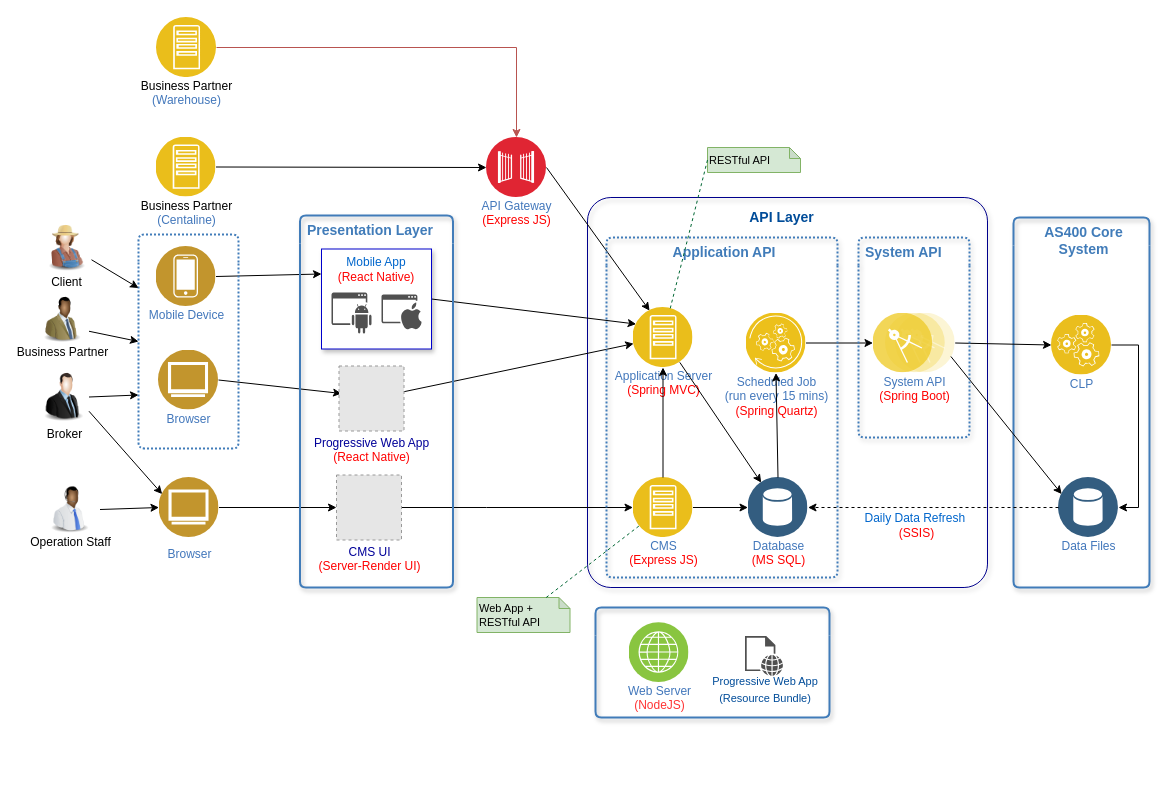
This is page "Logical Component" (1 of 2) of Bravo_Architecture (8).drawio from whalebig27/change-request-process-diagram, a draw.io file, before an edit. Source tidied: cells renumbered, new cells numbered last; positions are measured from the earlier drawing's top-left corner, leaving out a move shared by most shapes. Both pictures are drawn from the tidied source at 100%, with x=0, y=0 at pixel (36, 17). Pictures stored in the file or linked from it are replaced by grey dashed boxes.
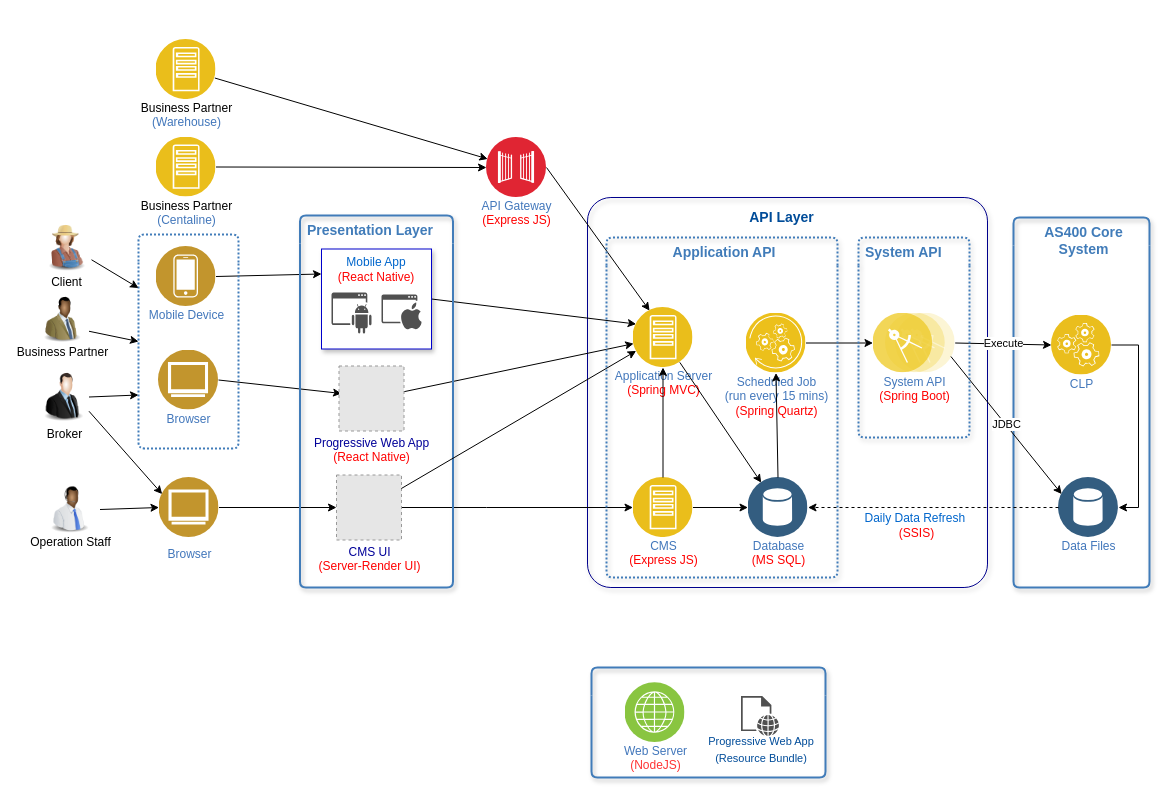
The same diagram, later.

Unchanged cells that the change refers to:
```xml
<mxCell id="5" value="API Gateway&lt;br&gt;&lt;font color=&quot;#ff0000&quot;&gt;(Express JS)&lt;/font&gt;&lt;br&gt;" style="perimeter=ellipsePerimeter;html=1;align=center;shadow=0;dashed=0;fontColor=#4277BB;labelBackgroundColor=#ffffff;fontSize=12;spacingTop=-5;image;image=img/lib/ibm/security/gateway.svg;" parent="1" vertex="1">
  <mxGeometry x="450" y="120" width="60" height="60" as="geometry" />
</mxCell>
<mxCell id="25" value="&lt;div style=&quot;text-align: center ; font-size: 12px&quot;&gt;&lt;span&gt;&lt;font style=&quot;font-size: 12px&quot; color=&quot;#000099&quot;&gt;CMS UI&lt;/font&gt;&lt;/span&gt;&lt;/div&gt;&lt;font color=&quot;#ff0000&quot; style=&quot;font-size: 12px&quot;&gt;&lt;div style=&quot;text-align: center&quot;&gt;&lt;span&gt;(Server-Render UI)&lt;/span&gt;&lt;/div&gt;&lt;/font&gt;" style="fillColor=#E6E6E6;strokeColor=#999999;dashed=1;html=1;verticalAlign=top;verticalLabelPosition=bottom;labelBackgroundColor=#ffffff;fontSize=11;fontColor=#FF0000;align=center;spacing=0;spacingLeft=0;spacingRight=0;" parent="19" vertex="1">
  <mxGeometry x="36.5" y="259.5" width="65" height="65" as="geometry" />
</mxCell>
<mxCell id="28" value="Data Files" style="perimeter=ellipsePerimeter;html=1;align=center;shadow=0;dashed=0;fontColor=#4277BB;labelBackgroundColor=#ffffff;fontSize=12;spacingTop=-5;image;image=img/lib/ibm/data/data_services.svg;strokeColor=#0000CC;strokeWidth=1;" parent="27" vertex="1">
  <mxGeometry x="45" y="260" width="60" height="60" as="geometry" />
</mxCell>
<mxCell id="29" value="CLP" style="perimeter=ellipsePerimeter;html=1;align=center;shadow=0;dashed=0;fontColor=#4277BB;labelBackgroundColor=#ffffff;fontSize=12;spacingTop=-5;image;image=img/lib/ibm/applications/runtime_services.svg;dashPattern=1 1;strokeColor=#0000CC;strokeWidth=3;" parent="27" vertex="1">
  <mxGeometry x="38" y="97.5" width="60" height="60" as="geometry" />
</mxCell>
<mxCell id="35" value="&lt;font style=&quot;font-size: 12px&quot;&gt;Application Server&lt;br&gt;&lt;font color=&quot;#ff0000&quot;&gt;(Spring MVC)&lt;/font&gt;&lt;br&gt;&lt;/font&gt;" style="perimeter=ellipsePerimeter;html=1;align=center;shadow=0;dashed=0;fontColor=#4277BB;labelBackgroundColor=#ffffff;fontSize=12;spacingTop=-5;image;image=img/lib/ibm/applications/app_server.svg;" parent="34" vertex="1">
  <mxGeometry x="26.5" y="70" width="60" height="60" as="geometry" />
</mxCell>
<mxCell id="50" value="System API&lt;br&gt;&lt;font color=&quot;#ff0000&quot;&gt;(Spring Boot)&lt;/font&gt;&lt;br&gt;" style="perimeter=ellipsePerimeter;html=1;align=center;shadow=0;dashed=0;fontColor=#4277BB;labelBackgroundColor=#ffffff;fontSize=12;spacingTop=-5;image;image=img/lib/ibm/applications/microservice.svg;dashPattern=1 1;strokeColor=#0000CC;strokeWidth=3;" parent="49" vertex="1">
  <mxGeometry x="14.5" y="75.5" width="82.2" height="60" as="geometry" />
</mxCell>
<mxCell id="54" value="&lt;font style=&quot;font-size: 12px&quot;&gt;CMS&lt;br&gt;&lt;font color=&quot;#ff0000&quot;&gt;(Express JS)&lt;/font&gt;&lt;br&gt;&lt;/font&gt;" style="perimeter=ellipsePerimeter;html=1;align=center;shadow=0;dashed=0;fontColor=#4277BB;labelBackgroundColor=#ffffff;fontSize=12;spacingTop=-5;image;image=img/lib/ibm/applications/app_server.svg;" parent="1" vertex="1">
  <mxGeometry x="596.5" y="460" width="60" height="60" as="geometry" />
</mxCell>
```

What changed in the source:
```diff
@@
-    <mxCell id="32" style="rounded=0;jettySize=auto;html=1;entryX=0;entryY=0.25;entryDx=0;entryDy=0;exitX=1;exitY=0.75;exitDx=0;exitDy=0;" parent="1" edge="1" source="50" target="28">
+    <mxCell id="32" value="JDBC" style="rounded=0;jettySize=auto;html=1;entryX=0;entryY=0.25;entryDx=0;entryDy=0;exitX=1;exitY=0.75;exitDx=0;exitDy=0;" parent="1" edge="1" source="50" target="28">
       <mxGeometry relative="1" as="geometry" />
     </mxCell>
-    <mxCell id="33" style="rounded=0;jettySize=auto;html=1;entryX=0;entryY=0.5;entryDx=0;entryDy=0;exitX=1;exitY=0.5;exitDx=0;exitDy=0;" parent="1" edge="1" source="50" target="29">
+    <mxCell id="33" value="Execute" style="rounded=0;jettySize=auto;html=1;entryX=0;entryY=0.5;entryDx=0;entryDy=0;exitX=1;exitY=0.5;exitDx=0;exitDy=0;" parent="1" edge="1" source="50" target="29">
       <mxGeometry relative="1" as="geometry" />
     </mxCell>
@@
-    <mxCell id="57" value="Web App + RESTful API" style="shape=note;whiteSpace=wrap;html=1;backgroundOutline=1;darkOpacity=0.05;size=11;fillColor=#d5e8d4;strokeColor=#82b366;fontSize=11;align=left;" parent="1" vertex="1">
-      <mxGeometry x="440.5" y="580" width="93" height="35" as="geometry" />
-    </mxCell>
-    <mxCell id="58" style="endArrow=none;dashed=1;html=1;fontSize=11;strokeColor=#006633;" parent="1" edge="1" source="57" target="54">
-      <mxGeometry relative="1" as="geometry" />
-    </mxCell>
-    <mxCell id="59" value="RESTful API" style="shape=note;whiteSpace=wrap;html=1;backgroundOutline=1;darkOpacity=0.05;size=11;fillColor=#d5e8d4;strokeColor=#82b366;fontSize=11;align=left;" parent="1" vertex="1">
-      <mxGeometry x="671" y="130" width="93" height="25" as="geometry" />
-    </mxCell>
-    <mxCell id="60" style="endArrow=none;dashed=1;html=1;fontSize=11;strokeColor=#006633;exitX=0;exitY=0.5;exitDx=0;exitDy=0;exitPerimeter=0;" parent="1" edge="1" source="59" target="35">
-      <mxGeometry relative="1" as="geometry" />
-    </mxCell>
     <mxCell id="61" style="swimlane;fontStyle=0;horizontal=1;startSize=28;swimlaneLine=0;swimlaneFillColor=none;fillColor=none;rounded=1;whiteSpace=wrap;html=1;absoluteArcSize=1;arcSize=12;strokeColor=#417CB9;fontColor=#417CB9;verticalAlign=top;align=center;spacingLeft=5;dashed=0;strokeWidth=2;shadow=1;" parent="1" vertex="1">
-      <mxGeometry x="559" y="590" width="234" height="110" as="geometry" />
+      <mxGeometry x="555" y="650" width="234" height="110" as="geometry" />
     </mxCell>
@@
-    <mxCell id="65" style="edgeStyle=orthogonalEdgeStyle;rounded=0;jettySize=auto;html=1;fillColor=#f8cecc;strokeColor=#b85450;" parent="1" edge="1" source="66" target="5">
+    <mxCell id="65" style="rounded=0;jettySize=auto;html=1;fillColor=#f8cecc;strokeColor=#000000;" parent="1" edge="1" source="66" target="5">
       <mxGeometry relative="1" as="geometry" />
     </mxCell>
     <mxCell id="66" value="&lt;font style=&quot;font-size: 12px&quot;&gt;&lt;font color=&quot;#000000&quot;&gt;Business Partner&lt;br&gt;&lt;/font&gt;(Warehouse)&lt;br&gt;&lt;/font&gt;" style="perimeter=ellipsePerimeter;html=1;align=center;shadow=0;dashed=0;fontColor=#4277BB;labelBackgroundColor=#ffffff;fontSize=12;spacingTop=-5;image;image=img/lib/ibm/applications/app_server.svg;" parent="1" vertex="1">
-      <mxGeometry x="120" width="60" height="60" as="geometry" />
+      <mxGeometry x="119.5" y="22" width="60" height="60" as="geometry" />
     </mxCell>
+    <mxCell id="67" style="rounded=0;jettySize=auto;html=1;entryX=0;entryY=0.75;entryDx=0;entryDy=0;strokeColor=#000000;" parent="1" edge="1" source="25" target="35">
+      <mxGeometry relative="1" as="geometry" />
+    </mxCell>
```
